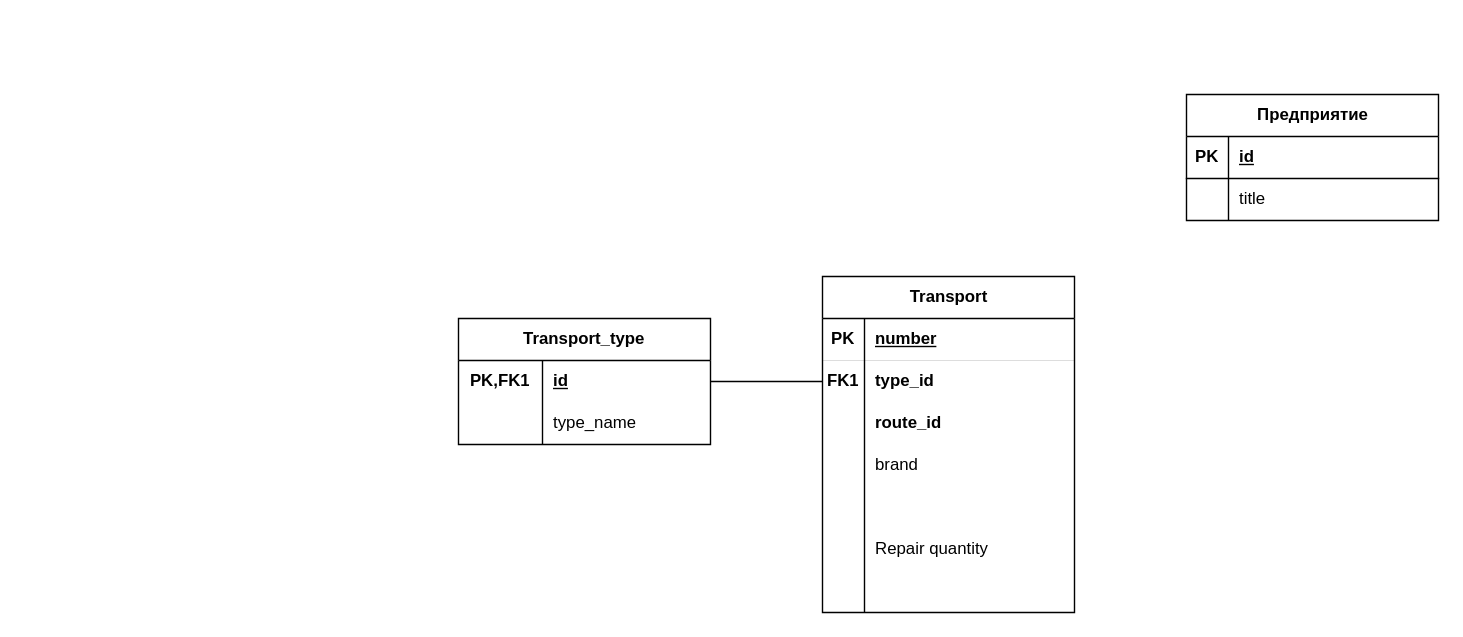
Earlier version of the draw.io diagram Schemas/Диаграмма без названия.drawio (ParrotDox/BD). Source tidied: cells renumbered, new cells numbered last; positions are measured from the earlier drawing's top-left corner, leaving out a move shared by most shapes. Both pictures are drawn from the tidied source at 140%, with x=0, y=0 at pixel (458, 94).
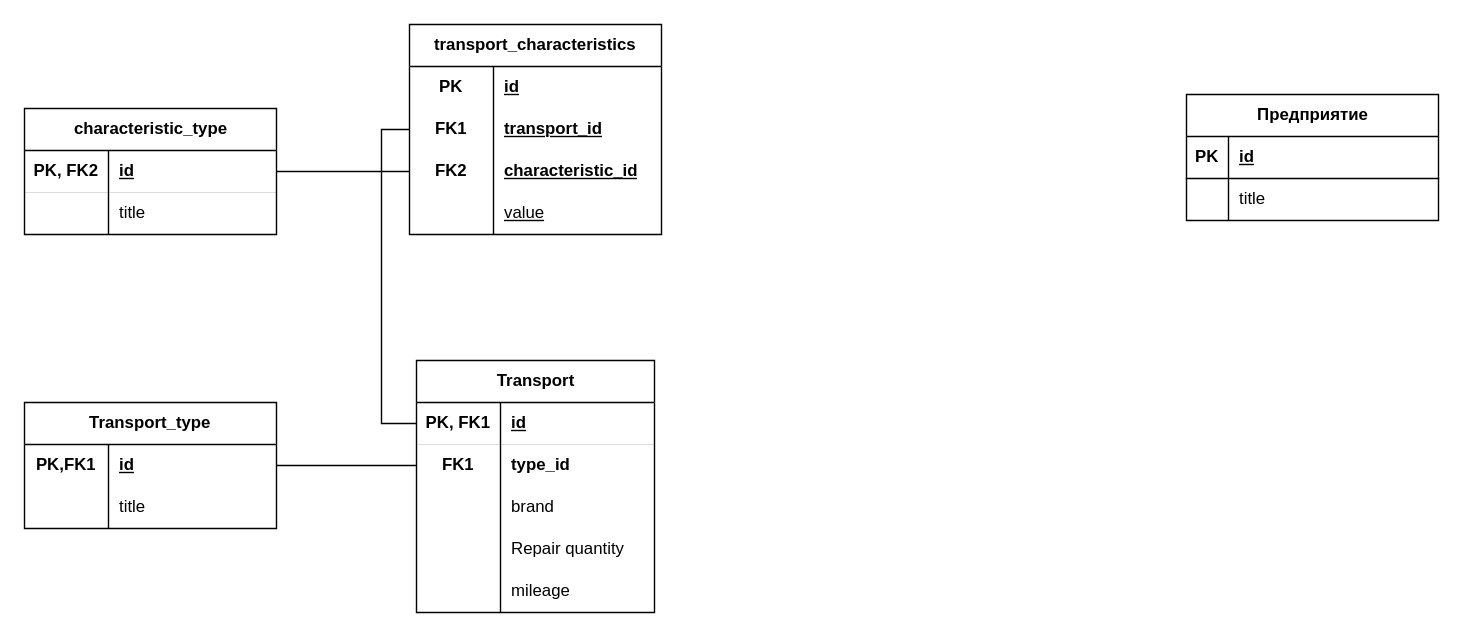
The same diagram, later.

Commit message:
transport_chars_added

Unchanged cells that the change refers to:
```xml
<mxCell id="36" style="shape=tableRow;horizontal=0;startSize=0;swimlaneHead=0;swimlaneBody=0;fillColor=none;top=0;left=0;right=0;bottom=0;html=1;" parent="32" vertex="1">
  <mxGeometry y="60" width="180" height="30" as="geometry" />
</mxCell>
```

Change to the diagram source:
```diff
@@
     <mxCell id="10" value="Transport" style="shape=table;startSize=30;childLayout=tableLayout;rowLines=0;fontStyle=1;align=center;html=1;" parent="1" vertex="1">
-      <mxGeometry x="260" y="130" width="180" height="240" as="geometry" />
+      <mxGeometry x="-30" y="190" width="170" height="180" as="geometry" />
     </mxCell>
     <mxCell id="11" style="shape=tableRow;horizontal=0;startSize=0;swimlaneHead=0;swimlaneBody=0;fillColor=none;points=[[0,0.5],[1,0.5]];portConstraint=eastwest;top=0;left=0;right=0;bottom=1;strokeWidth=0;" parent="10" vertex="1">
-      <mxGeometry y="30" width="180" height="30" as="geometry" />
+      <mxGeometry y="30" width="170" height="30" as="geometry" />
     </mxCell>
-    <mxCell id="12" value="PK" style="shape=partialRectangle;fillColor=none;top=0;left=0;bottom=0;right=0;fontStyle=1;overflow=hidden;whiteSpace=wrap;html=1;strokeWidth=0;" parent="11" vertex="1">
-      <mxGeometry width="30" height="30" as="geometry" />
+    <mxCell id="12" value="PK, FK1" style="shape=partialRectangle;fillColor=none;top=0;left=0;bottom=0;right=0;fontStyle=1;overflow=hidden;whiteSpace=wrap;html=1;strokeWidth=0;" parent="11" vertex="1">
+      <mxGeometry width="60" height="30" as="geometry" />
     </mxCell>
-    <mxCell id="13" value="number" style="shape=partialRectangle;fillColor=none;top=0;left=0;bottom=0;right=0;align=left;spacingLeft=6;fontStyle=5;overflow=hidden;whiteSpace=wrap;html=1;strokeWidth=0;" parent="11" vertex="1">
-      <mxGeometry x="30" width="150" height="30" as="geometry" />
+    <mxCell id="13" value="id" style="shape=partialRectangle;fillColor=none;top=0;left=0;bottom=0;right=0;align=left;spacingLeft=6;fontStyle=5;overflow=hidden;whiteSpace=wrap;html=1;strokeWidth=0;" parent="11" vertex="1">
+      <mxGeometry x="60" width="110" height="30" as="geometry" />
     </mxCell>
     <mxCell id="14" style="shape=tableRow;horizontal=0;startSize=0;swimlaneHead=0;swimlaneBody=0;fillColor=none;points=[[0,0.5],[1,0.5]];portConstraint=eastwest;top=0;left=0;right=0;bottom=0;strokeWidth=0;" parent="10" vertex="1">
-      <mxGeometry y="60" width="180" height="30" as="geometry" />
+      <mxGeometry y="60" width="170" height="30" as="geometry" />
     </mxCell>
     <mxCell id="15" value="&lt;b&gt;FK1&lt;/b&gt;" style="shape=partialRectangle;fillColor=none;top=0;left=0;bottom=0;right=0;overflow=hidden;whiteSpace=wrap;html=1;strokeWidth=0;" parent="14" vertex="1">
-      <mxGeometry width="30" height="30" as="geometry" />
+      <mxGeometry width="60" height="30" as="geometry" />
     </mxCell>
     <mxCell id="16" value="&lt;b&gt;type_id&lt;/b&gt;" style="shape=partialRectangle;fillColor=none;top=0;left=0;bottom=0;right=0;align=left;spacingLeft=6;overflow=hidden;whiteSpace=wrap;html=1;strokeWidth=0;" parent="14" vertex="1">
-      <mxGeometry x="30" width="150" height="30" as="geometry" />
+      <mxGeometry x="60" width="110" height="30" as="geometry" />
     </mxCell>
-    <mxCell id="17" style="shape=tableRow;horizontal=0;startSize=0;swimlaneHead=0;swimlaneBody=0;fillColor=none;top=0;left=0;right=0;bottom=0;strokeWidth=0;" parent="10" vertex="1">
-      <mxGeometry y="90" width="180" height="30" as="geometry" />
-    </mxCell>
-    <mxCell id="18" style="shape=partialRectangle;fillColor=none;top=0;left=0;bottom=0;right=0;overflow=hidden;whiteSpace=wrap;html=1;strokeWidth=0;" parent="17" vertex="1">
-      <mxGeometry width="30" height="30" as="geometry" />
-    </mxCell>
-    <mxCell id="19" value="&lt;b&gt;route_id&lt;/b&gt;" style="shape=partialRectangle;fillColor=none;top=0;left=0;bottom=0;right=0;align=left;spacingLeft=6;overflow=hidden;whiteSpace=wrap;html=1;strokeWidth=0;" parent="17" vertex="1">
-      <mxGeometry x="30" width="150" height="30" as="geometry" />
-    </mxCell>
-    <mxCell id="20" style="shape=tableRow;horizontal=0;startSize=0;swimlaneHead=0;swimlaneBody=0;fillColor=none;top=0;left=0;right=0;bottom=0;strokeWidth=0;" parent="10" vertex="1">
-      <mxGeometry y="120" width="180" height="30" as="geometry" />
-    </mxCell>
-    <mxCell id="21" style="shape=partialRectangle;fillColor=none;top=0;left=0;bottom=0;right=0;overflow=hidden;whiteSpace=wrap;html=1;strokeWidth=0;" parent="20" vertex="1">
-      <mxGeometry width="30" height="30" as="geometry" />
-    </mxCell>
-    <mxCell id="22" value="brand" style="shape=partialRectangle;fillColor=none;top=0;left=0;bottom=0;right=0;align=left;spacingLeft=6;overflow=hidden;whiteSpace=wrap;html=1;strokeWidth=0;" parent="20" vertex="1">
-      <mxGeometry x="30" width="150" height="30" as="geometry" />
-    </mxCell>
     <mxCell id="23" style="shape=tableRow;horizontal=0;startSize=0;swimlaneHead=0;swimlaneBody=0;fillColor=none;top=0;left=0;right=0;bottom=0;strokeWidth=0;" parent="10" vertex="1">
-      <mxGeometry y="150" width="180" height="30" as="geometry" />
+      <mxGeometry y="90" width="170" height="30" as="geometry" />
     </mxCell>
     <mxCell id="24" style="shape=partialRectangle;fillColor=none;top=0;left=0;bottom=0;right=0;overflow=hidden;whiteSpace=wrap;html=1;strokeWidth=0;" parent="23" vertex="1">
-      <mxGeometry width="30" height="30" as="geometry" />
+      <mxGeometry width="60" height="30" as="geometry" />
     </mxCell>
-    <mxCell id="25" style="shape=partialRectangle;fillColor=none;top=0;left=0;bottom=0;right=0;align=left;spacingLeft=6;overflow=hidden;whiteSpace=wrap;html=1;strokeWidth=0;" parent="23" vertex="1">
-      <mxGeometry x="30" width="150" height="30" as="geometry" />
+    <mxCell id="25" value="brand" style="shape=partialRectangle;fillColor=none;top=0;left=0;bottom=0;right=0;align=left;spacingLeft=6;overflow=hidden;whiteSpace=wrap;html=1;strokeWidth=0;" parent="23" vertex="1">
+      <mxGeometry x="60" width="110" height="30" as="geometry" />
     </mxCell>
     <mxCell id="26" style="shape=tableRow;horizontal=0;startSize=0;swimlaneHead=0;swimlaneBody=0;fillColor=none;top=0;left=0;right=0;bottom=0;strokeWidth=0;" parent="10" vertex="1">
-      <mxGeometry y="180" width="180" height="30" as="geometry" />
+      <mxGeometry y="120" width="170" height="30" as="geometry" />
     </mxCell>
     <mxCell id="27" style="shape=partialRectangle;fillColor=none;top=0;left=0;bottom=0;right=0;overflow=hidden;whiteSpace=wrap;html=1;strokeWidth=0;" parent="26" vertex="1">
-      <mxGeometry width="30" height="30" as="geometry" />
+      <mxGeometry width="60" height="30" as="geometry" />
     </mxCell>
     <mxCell id="28" value="Repair quantity" style="shape=partialRectangle;fillColor=none;top=0;left=0;bottom=0;right=0;align=left;spacingLeft=6;overflow=hidden;whiteSpace=wrap;html=1;strokeWidth=0;" parent="26" vertex="1">
-      <mxGeometry x="30" width="150" height="30" as="geometry" />
+      <mxGeometry x="60" width="110" height="30" as="geometry" />
     </mxCell>
     <mxCell id="29" style="shape=tableRow;horizontal=0;startSize=0;swimlaneHead=0;swimlaneBody=0;fillColor=none;top=0;left=0;right=0;bottom=0;strokeWidth=0;" parent="10" vertex="1">
-      <mxGeometry y="210" width="180" height="30" as="geometry" />
+      <mxGeometry y="150" width="170" height="30" as="geometry" />
     </mxCell>
     <mxCell id="30" style="shape=partialRectangle;fillColor=none;top=0;left=0;bottom=0;right=0;overflow=hidden;whiteSpace=wrap;html=1;strokeWidth=0;" parent="29" vertex="1">
-      <mxGeometry width="30" height="30" as="geometry" />
+      <mxGeometry width="60" height="30" as="geometry" />
     </mxCell>
-    <mxCell id="31" style="shape=partialRectangle;fillColor=none;top=0;left=0;bottom=0;right=0;align=left;spacingLeft=6;overflow=hidden;whiteSpace=wrap;html=1;strokeWidth=0;" parent="29" vertex="1">
-      <mxGeometry x="30" width="150" height="30" as="geometry" />
+    <mxCell id="31" value="mileage" style="shape=partialRectangle;fillColor=none;top=0;left=0;bottom=0;right=0;align=left;spacingLeft=6;overflow=hidden;whiteSpace=wrap;html=1;strokeWidth=0;" parent="29" vertex="1">
+      <mxGeometry x="60" width="110" height="30" as="geometry" />
     </mxCell>
     <mxCell id="32" value="Transport_type" style="shape=table;startSize=30;childLayout=tableLayout;rowLines=0;fontStyle=1;align=center;html=1;whiteSpace=wrap;" parent="1" vertex="1">
-      <mxGeometry y="160" width="180" height="90" as="geometry" />
+      <mxGeometry x="-310" y="220" width="180" height="90" as="geometry" />
     </mxCell>
@@
-    <mxCell id="38" value="type_name" style="shape=partialRectangle;fillColor=none;top=0;left=0;bottom=0;right=0;align=left;spacingLeft=6;overflow=hidden;html=1;whiteSpace=wrap;" parent="36" vertex="1">
+    <mxCell id="38" value="title" style="shape=partialRectangle;fillColor=none;top=0;left=0;bottom=0;right=0;align=left;spacingLeft=6;overflow=hidden;html=1;whiteSpace=wrap;" parent="36" vertex="1">
       <mxGeometry x="60" width="120" height="30" as="geometry" />
     </mxCell>
@@
+    <mxCell id="41" value="characteristic_type" style="shape=table;startSize=30;childLayout=tableLayout;rowLines=0;fontStyle=1;align=center;html=1;" parent="1" vertex="1">
+      <mxGeometry x="-310" y="10" width="180" height="90" as="geometry" />
+    </mxCell>
+    <mxCell id="42" style="shape=tableRow;horizontal=0;startSize=0;swimlaneHead=0;swimlaneBody=0;fillColor=none;points=[[0,0.5],[1,0.5]];portConstraint=eastwest;top=0;left=0;right=0;bottom=1;strokeWidth=0;" parent="41" vertex="1">
+      <mxGeometry y="30" width="180" height="30" as="geometry" />
+    </mxCell>
+    <mxCell id="43" value="PK, FK2" style="shape=partialRectangle;fillColor=none;top=0;left=0;bottom=0;right=0;fontStyle=1;overflow=hidden;whiteSpace=wrap;html=1;" parent="42" vertex="1">
+      <mxGeometry width="60" height="30" as="geometry" />
+    </mxCell>
+    <mxCell id="44" value="id" style="shape=partialRectangle;fillColor=none;top=0;left=0;bottom=0;right=0;align=left;spacingLeft=6;fontStyle=5;overflow=hidden;whiteSpace=wrap;html=1;strokeWidth=0;" parent="42" vertex="1">
+      <mxGeometry x="60" width="120" height="30" as="geometry" />
+    </mxCell>
+    <mxCell id="45" style="shape=tableRow;horizontal=0;startSize=0;swimlaneHead=0;swimlaneBody=0;fillColor=none;top=0;left=0;right=0;bottom=0;" parent="41" vertex="1">
+      <mxGeometry y="60" width="180" height="30" as="geometry" />
+    </mxCell>
+    <mxCell id="46" style="shape=partialRectangle;fillColor=none;top=0;left=0;bottom=0;right=0;overflow=hidden;whiteSpace=wrap;html=1;" parent="45" vertex="1">
+      <mxGeometry width="60" height="30" as="geometry" />
+    </mxCell>
+    <mxCell id="47" value="title" style="shape=partialRectangle;fillColor=none;top=0;left=0;bottom=0;right=0;align=left;spacingLeft=6;overflow=hidden;whiteSpace=wrap;html=1;" parent="45" vertex="1">
+      <mxGeometry x="60" width="120" height="30" as="geometry" />
+    </mxCell>
+    <mxCell id="48" value="transport_characteristics" style="shape=table;startSize=30;childLayout=tableLayout;rowLines=0;fontStyle=1;align=center;html=1;whiteSpace=wrap;" parent="1" vertex="1">
+      <mxGeometry x="-35" y="-50" width="180" height="150" as="geometry" />
+    </mxCell>
+    <mxCell id="49" style="shape=tableRow;horizontal=0;startSize=0;swimlaneHead=0;swimlaneBody=0;fillColor=none;top=0;left=0;right=0;bottom=0;html=1;" parent="48" vertex="1">
+      <mxGeometry y="30" width="180" height="30" as="geometry" />
+    </mxCell>
+    <mxCell id="50" value="PK" style="shape=partialRectangle;fillColor=none;top=0;left=0;bottom=0;right=0;fontStyle=1;overflow=hidden;html=1;whiteSpace=wrap;" parent="49" vertex="1">
+      <mxGeometry width="60" height="30" as="geometry" />
+    </mxCell>
+    <mxCell id="51" value="id" style="shape=partialRectangle;fillColor=none;top=0;left=0;bottom=0;right=0;align=left;spacingLeft=6;fontStyle=5;overflow=hidden;html=1;whiteSpace=wrap;" parent="49" vertex="1">
+      <mxGeometry x="60" width="120" height="30" as="geometry" />
+    </mxCell>
+    <mxCell id="52" style="shape=tableRow;horizontal=0;startSize=0;swimlaneHead=0;swimlaneBody=0;fillColor=none;points=[[0,0.5],[1,0.5]];portConstraint=eastwest;top=0;left=0;right=0;bottom=0;html=1;" parent="48" vertex="1">
+      <mxGeometry y="60" width="180" height="30" as="geometry" />
+    </mxCell>
+    <mxCell id="53" value="FK1" style="shape=partialRectangle;fillColor=none;top=0;left=0;bottom=0;right=0;fontStyle=1;overflow=hidden;html=1;whiteSpace=wrap;" parent="52" vertex="1">
+      <mxGeometry width="60" height="30" as="geometry" />
+    </mxCell>
+    <mxCell id="54" value="transport_id" style="shape=partialRectangle;fillColor=none;top=0;left=0;bottom=0;right=0;align=left;spacingLeft=6;fontStyle=5;overflow=hidden;html=1;whiteSpace=wrap;" parent="52" vertex="1">
+      <mxGeometry x="60" width="120" height="30" as="geometry" />
+    </mxCell>
+    <mxCell id="55" style="shape=tableRow;horizontal=0;startSize=0;swimlaneHead=0;swimlaneBody=0;fillColor=none;points=[[0,0.5],[1,0.5]];portConstraint=eastwest;top=0;left=0;right=0;bottom=0;html=1;" parent="48" vertex="1">
+      <mxGeometry y="90" width="180" height="30" as="geometry" />
+    </mxCell>
+    <mxCell id="56" value="FK2" style="shape=partialRectangle;fillColor=none;top=0;left=0;bottom=0;right=0;fontStyle=1;overflow=hidden;html=1;whiteSpace=wrap;" parent="55" vertex="1">
+      <mxGeometry width="60" height="30" as="geometry" />
+    </mxCell>
+    <mxCell id="57" value="characteristic_id" style="shape=partialRectangle;fillColor=none;top=0;left=0;bottom=0;right=0;align=left;spacingLeft=6;fontStyle=5;overflow=hidden;html=1;whiteSpace=wrap;" parent="55" vertex="1">
+      <mxGeometry x="60" width="120" height="30" as="geometry" />
+    </mxCell>
+    <mxCell id="58" style="shape=tableRow;horizontal=0;startSize=0;swimlaneHead=0;swimlaneBody=0;fillColor=none;top=0;left=0;right=0;bottom=0;html=1;" parent="48" vertex="1">
+      <mxGeometry y="120" width="180" height="30" as="geometry" />
+    </mxCell>
+    <mxCell id="59" style="shape=partialRectangle;fillColor=none;top=0;left=0;bottom=0;right=0;fontStyle=1;overflow=hidden;html=1;whiteSpace=wrap;" parent="58" vertex="1">
+      <mxGeometry width="60" height="30" as="geometry" />
+    </mxCell>
+    <mxCell id="60" value="&lt;span style=&quot;font-weight: 400;&quot;&gt;value&lt;/span&gt;" style="shape=partialRectangle;fillColor=none;top=0;left=0;bottom=0;right=0;align=left;spacingLeft=6;fontStyle=5;overflow=hidden;html=1;whiteSpace=wrap;" parent="58" vertex="1">
+      <mxGeometry x="60" width="120" height="30" as="geometry" />
+    </mxCell>
+    <mxCell id="61" style="edgeStyle=orthogonalEdgeStyle;rounded=0;jettySize=auto;html=1;entryX=0;entryY=0.5;entryDx=0;entryDy=0;endArrow=none;startFill=0;" parent="1" edge="1" source="11" target="52">
+      <mxGeometry relative="1" as="geometry" />
+    </mxCell>
+    <mxCell id="62" style="edgeStyle=orthogonalEdgeStyle;rounded=0;jettySize=auto;html=1;entryX=0;entryY=0.5;entryDx=0;entryDy=0;endArrow=none;startFill=0;" parent="1" edge="1" source="42" target="55">
+      <mxGeometry relative="1" as="geometry" />
+    </mxCell>
```
